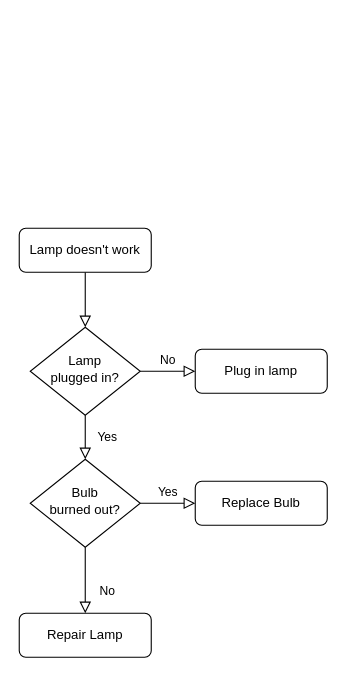
Earlier version of the draw.io diagram Untitled Diagram.drawio (renaldyhidayatt/BlogS). Source tidied: cells renumbered, new cells numbered last; positions are measured from the earlier drawing's top-left corner, leaving out a move shared by most shapes. Both pictures are drawn from the tidied source at 110%, with x=0, y=0 at pixel (19, 228).
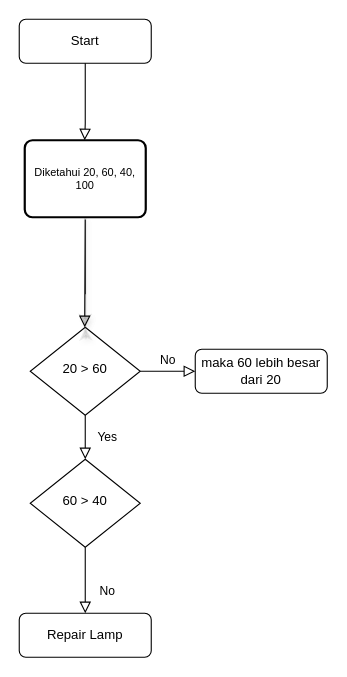
The same diagram, later.

What changed in the source:
```diff
@@
-    <mxCell id="2" style="rounded=0;html=1;jettySize=auto;fontSize=11;endArrow=block;endFill=0;endSize=8;strokeWidth=1;shadow=0;labelBackgroundColor=none;edgeStyle=orthogonalEdgeStyle;" parent="1" edge="1" source="3" target="6">
-      <mxGeometry relative="1" as="geometry" />
-    </mxCell>
-    <mxCell id="3" value="Lamp doesn't work" style="rounded=1;whiteSpace=wrap;html=1;fontSize=12;glass=0;strokeWidth=1;shadow=0;" parent="1" vertex="1">
-      <mxGeometry width="120" height="40" as="geometry" />
+    <mxCell id="3" value="Start" style="rounded=1;whiteSpace=wrap;html=1;fontSize=12;glass=0;strokeWidth=1;shadow=0;" parent="1" vertex="1">
+      <mxGeometry y="-190" width="120" height="40" as="geometry" />
     </mxCell>
@@
-    <mxCell id="6" value="Lamp&lt;br&gt;plugged in?" style="rhombus;whiteSpace=wrap;html=1;shadow=0;fontFamily=Helvetica;fontSize=12;align=center;strokeWidth=1;spacing=6;spacingTop=-4;" parent="1" vertex="1">
+    <mxCell id="6" value="20 &amp;gt; 60" style="rhombus;whiteSpace=wrap;html=1;shadow=0;fontFamily=Helvetica;fontSize=12;align=center;strokeWidth=1;spacing=6;spacingTop=-4;" parent="1" vertex="1">
       <mxGeometry x="10" y="90" width="100" height="80" as="geometry" />
     </mxCell>
-    <mxCell id="7" value="Plug in lamp" style="rounded=1;whiteSpace=wrap;html=1;fontSize=12;glass=0;strokeWidth=1;shadow=0;" parent="1" vertex="1">
+    <mxCell id="7" value="maka 60 lebih besar dari 20" style="rounded=1;whiteSpace=wrap;html=1;fontSize=12;glass=0;strokeWidth=1;shadow=0;" parent="1" vertex="1">
       <mxGeometry x="160" y="110" width="120" height="40" as="geometry" />
     </mxCell>
@@
-    <mxCell id="9" value="Yes" style="edgeStyle=orthogonalEdgeStyle;rounded=0;html=1;jettySize=auto;fontSize=11;endArrow=block;endFill=0;endSize=8;strokeWidth=1;shadow=0;labelBackgroundColor=none;" parent="1" edge="1" source="10" target="12">
-      <mxGeometry y="10" relative="1" as="geometry" />
-    </mxCell>
-    <mxCell id="10" value="Bulb&lt;br&gt;burned out?" style="rhombus;whiteSpace=wrap;html=1;shadow=0;fontFamily=Helvetica;fontSize=12;align=center;strokeWidth=1;spacing=6;spacingTop=-4;" parent="1" vertex="1">
+    <mxCell id="10" value="60 &amp;gt; 40" style="rhombus;whiteSpace=wrap;html=1;shadow=0;fontFamily=Helvetica;fontSize=12;align=center;strokeWidth=1;spacing=6;spacingTop=-4;" parent="1" vertex="1">
       <mxGeometry x="10" y="210" width="100" height="80" as="geometry" />
     </mxCell>
@@
-    <mxCell id="12" value="Replace Bulb" style="rounded=1;whiteSpace=wrap;html=1;fontSize=12;glass=0;strokeWidth=1;shadow=0;" parent="1" vertex="1">
-      <mxGeometry x="160" y="230" width="120" height="40" as="geometry" />
-    </mxCell>
+    <mxCell id="13" style="edgeStyle=orthogonalEdgeStyle;rounded=0;jettySize=auto;html=1;shadow=1;strokeColor=#4D4D4D;strokeWidth=2;fontSize=100;opacity=10;" parent="1" edge="1" source="16" target="6">
+      <mxGeometry relative="1" as="geometry" />
+    </mxCell>
+    <mxCell id="14" style="edgeStyle=orthogonalEdgeStyle;rounded=0;jettySize=auto;html=1;shadow=1;strokeColor=#4D4D4D;strokeWidth=2;fontSize=100;opacity=10;" parent="1" edge="1" target="6">
+      <mxGeometry relative="1" as="geometry">
+        <mxPoint x="60" y="80" as="sourcePoint" />
+      </mxGeometry>
+    </mxCell>
+    <mxCell id="15" style="edgeStyle=orthogonalEdgeStyle;rounded=0;jettySize=auto;html=1;shadow=1;strokeColor=#4D4D4D;strokeWidth=2;fontSize=100;opacity=10;" parent="1" edge="1" source="16" target="6">
+      <mxGeometry relative="1" as="geometry" />
+    </mxCell>
+    <mxCell id="16" value="Diketahui 20, 60, 40, 100" style="rounded=1;whiteSpace=wrap;html=1;absoluteArcSize=1;arcSize=14;strokeWidth=2;fontSize=10;" parent="1" vertex="1">
+      <mxGeometry x="5" y="-80" width="110" height="70" as="geometry" />
+    </mxCell>
+    <mxCell id="17" style="rounded=0;html=1;jettySize=auto;orthogonalLoop=1;fontSize=11;endArrow=block;endFill=0;endSize=8;strokeWidth=1;shadow=0;labelBackgroundColor=none;edgeStyle=orthogonalEdgeStyle;" parent="1" edge="1">
+      <mxGeometry relative="1" as="geometry">
+        <mxPoint x="60" y="60" as="sourcePoint" />
+        <mxPoint x="59.5" y="90" as="targetPoint" />
+        <Array as="points">
+          <mxPoint x="59.5" y="-8" />
+          <mxPoint x="59.5" y="-8" />
+        </Array>
+      </mxGeometry>
+    </mxCell>
+    <mxCell id="18" style="rounded=0;html=1;jettySize=auto;fontSize=11;endArrow=block;endFill=0;endSize=8;strokeWidth=1;shadow=0;labelBackgroundColor=none;edgeStyle=orthogonalEdgeStyle;exitX=0.5;exitY=1;exitDx=0;exitDy=0;" parent="1" edge="1" source="3">
+      <mxGeometry relative="1" as="geometry">
+        <mxPoint x="59.5" y="-80" as="targetPoint" />
+        <Array as="points">
+          <mxPoint x="60" y="-95" />
+        </Array>
+      </mxGeometry>
+    </mxCell>
```
